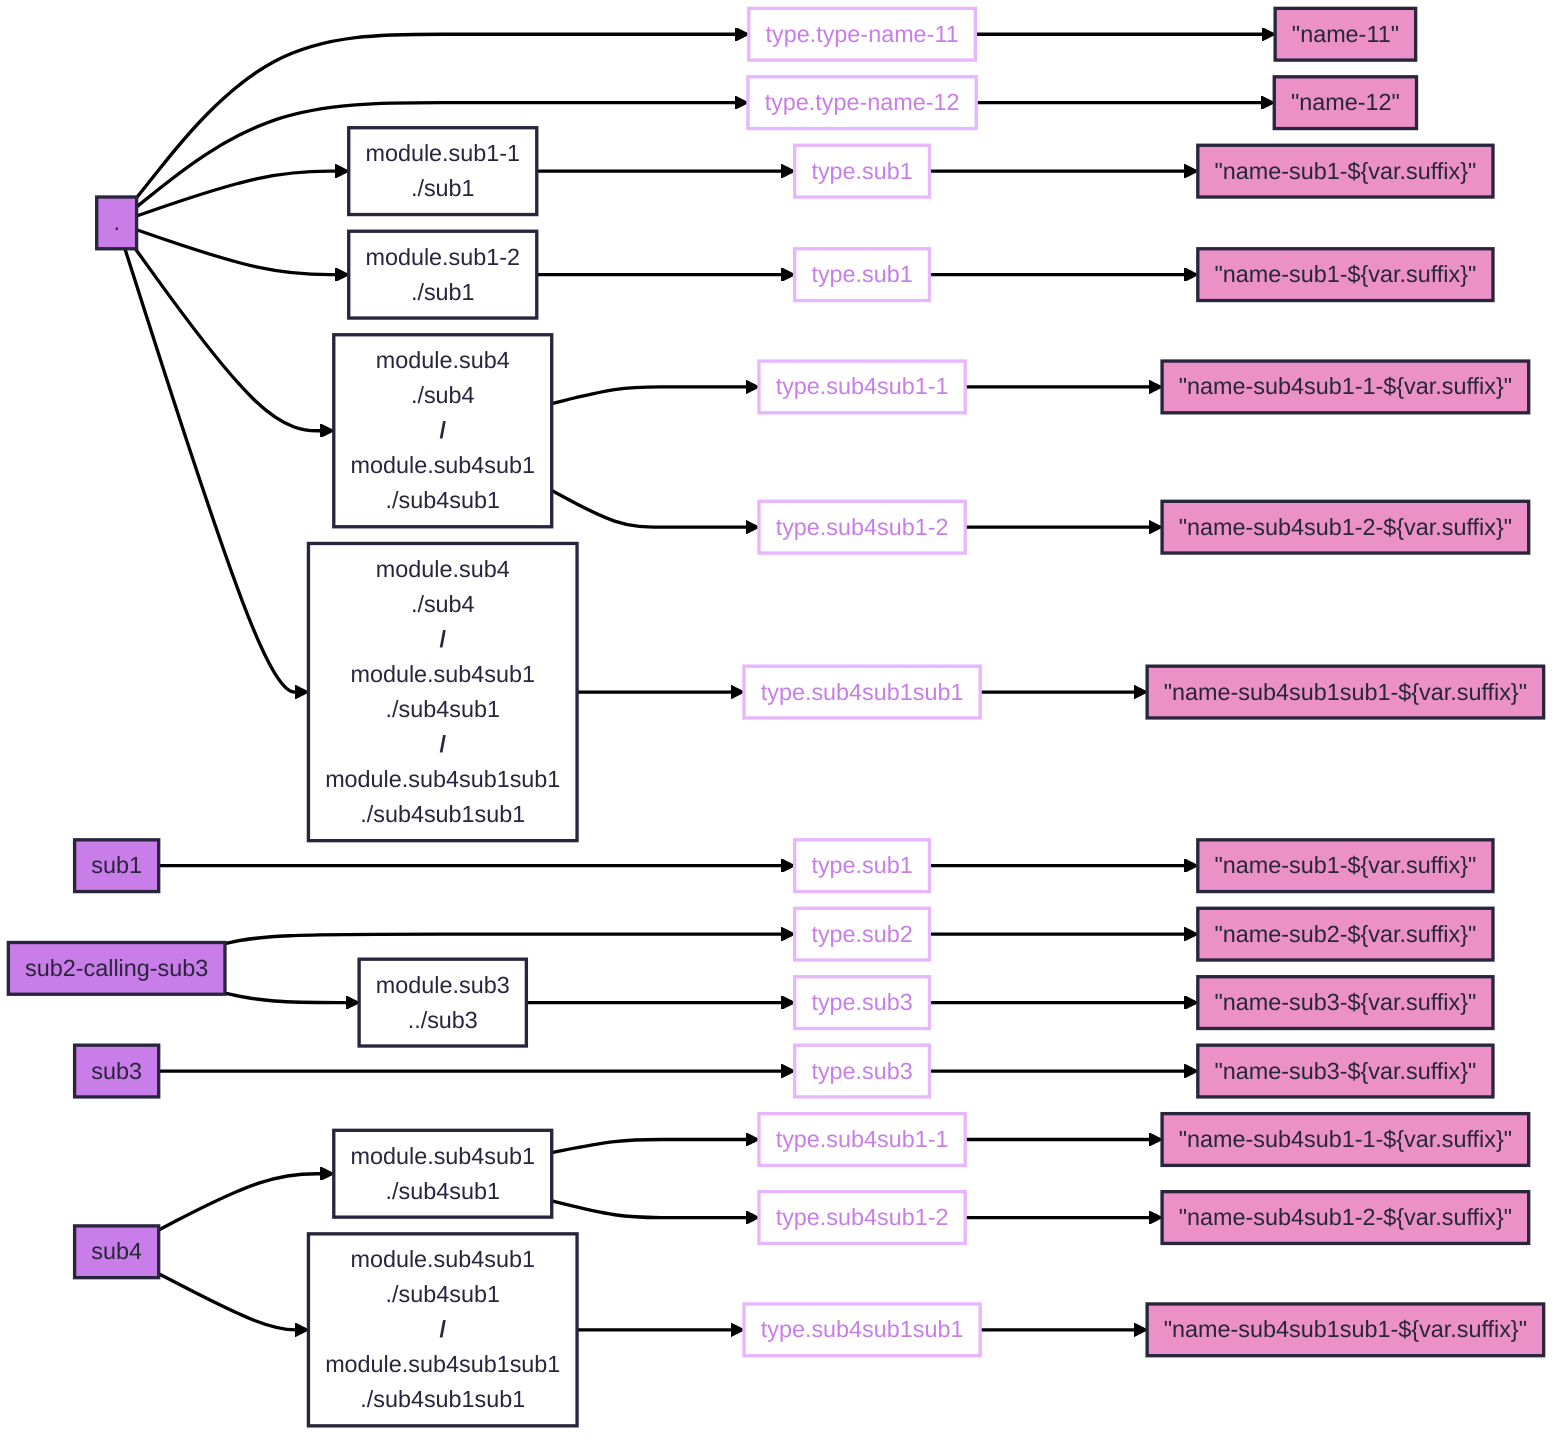
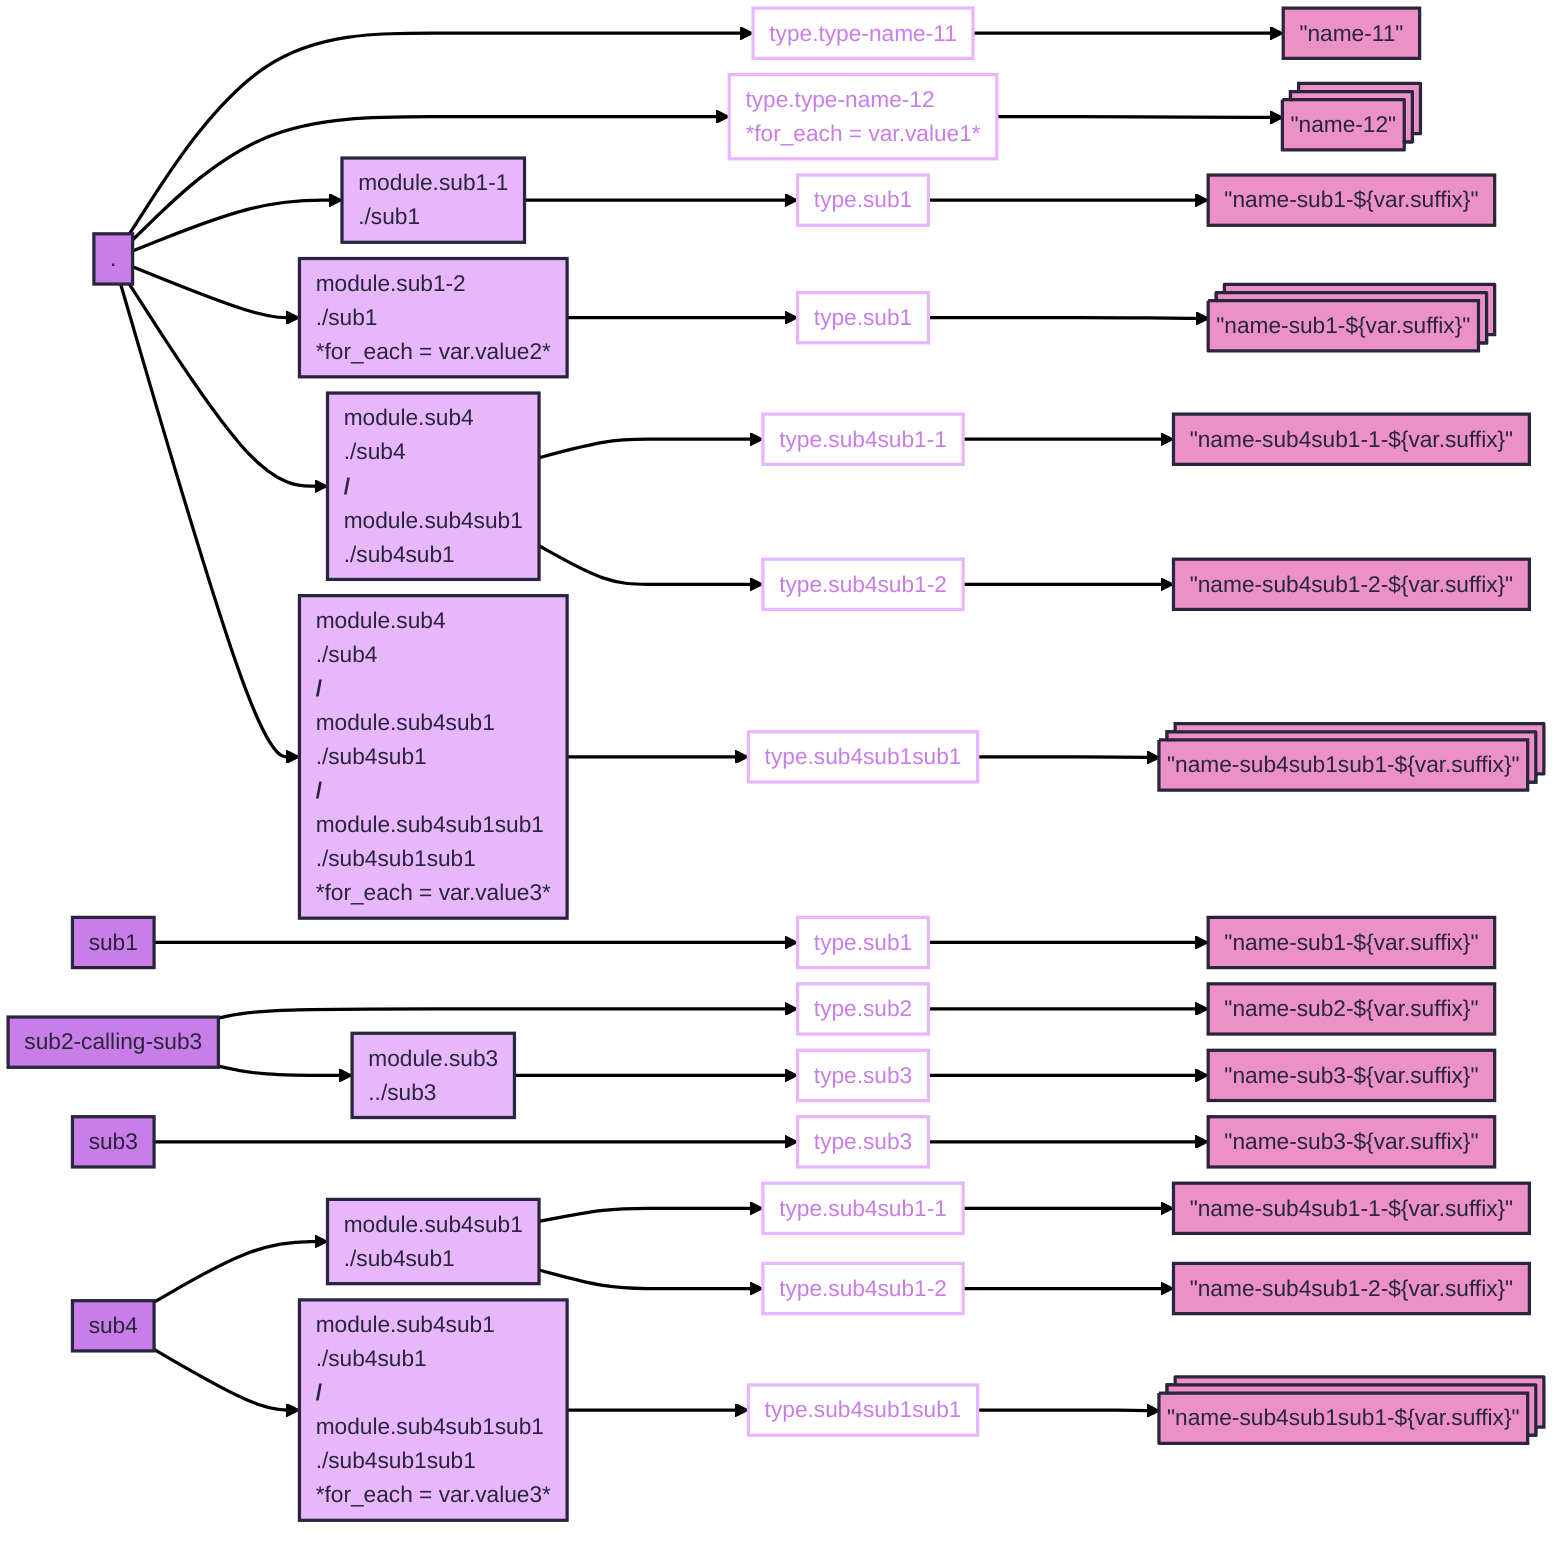
---
config:
  theme: redux
  flowchart:
    diagramPadding: 5
    padding: 5
    nodeSpacing: 10
    wrappingWidth: 700
---
flowchart LR
  classDef tf-path fill:#c87de8
  classDef tf-resource stroke:#e7b6fc,color:#c87de8,text-align:left
  classDef tf-int-mod fill:#e7b6fc,text-align:left
  classDef tf-ext-mod fill:#7da8e8,text-align:left
  classDef tf-name fill:#eb91c7
  p_root["."]:::tf-path
-   p_root ----> r_root__typename11["type.type-name-11"]:::tf-resource
-   r_root__typename11 ---> n_root__typename11_["#34;name-11#34;"]:::tf-name
-   p_root ----> r_root__typename12["type.type-name-12"]:::tf-resource
-   r_root__typename12 ---> n_root__typename12_["#34;name-12#34;"]:::tf-name
-   p_root --> m_root__sub11["module.sub1-1<br>./sub1"]:::tf-module
-   m_root__sub11 ---> r_root__sub11__sub1["type.sub1"]:::tf-resource
-   r_root__sub11__sub1 ---> n_root__sub11__sub1_["#34;name-sub1-${var.suffix}#34;"]:::tf-name
-   p_root --> m_root__sub12["module.sub1-2<br>./sub1"]:::tf-module
-   m_root__sub12 ---> r_root__sub12__sub1["type.sub1"]:::tf-resource
-   r_root__sub12__sub1 ---> n_root__sub12__sub1_["#34;name-sub1-${var.suffix}#34;"]:::tf-name
-   p_root --> m_root__root__sub4__sub4sub1["module.sub4<br>./sub4<br><b>/</b><br>module.sub4sub1<br>./sub4sub1"]:::tf-module
-   m_root__root__sub4__sub4sub1 ---> r_root__root__sub4__sub4sub1__sub4sub11["type.sub4sub1-1"]:::tf-resource
-   r_root__root__sub4__sub4sub1__sub4sub11 ---> n_root__root__sub4__sub4sub1__sub4sub11_["#34;name-sub4sub1-1-${var.suffix}#34;"]:::tf-name
-   m_root__root__sub4__sub4sub1 ---> r_root__root__sub4__sub4sub1__sub4sub12["type.sub4sub1-2"]:::tf-resource
-   r_root__root__sub4__sub4sub1__sub4sub12 ---> n_root__root__sub4__sub4sub1__sub4sub12_["#34;name-sub4sub1-2-${var.suffix}#34;"]:::tf-name
-   p_root --> m_root__root__root__sub4__sub4sub1__sub4sub1sub1["module.sub4<br>./sub4<br><b>/</b><br>module.sub4sub1<br>./sub4sub1<br><b>/</b><br>module.sub4sub1sub1<br>./sub4sub1sub1"]:::tf-module
-   m_root__root__root__sub4__sub4sub1__sub4sub1sub1 ---> r_root__root__root__sub4__sub4sub1__sub4sub1sub1__sub4sub1sub1["type.sub4sub1sub1"]:::tf-resource
-   r_root__root__root__sub4__sub4sub1__sub4sub1sub1__sub4sub1sub1 ---> n_root__root__root__sub4__sub4sub1__sub4sub1sub1__sub4sub1sub1_["#34;name-sub4sub1sub1-${var.suffix}#34;"]:::tf-name
+   p_root ----> r_root__typetypename11["type.type-name-11"]:::tf-resource
+   r_root__typetypename11 ---> n_root__typetypename11_n["#34;name-11#34;"]:::tf-name
+   p_root ----> r_root__typetypename12["type.type-name-12<br>*for_each = var.value1*"]:::tf-resource
+   r_root__typetypename12 ---> n_root__typetypename12_n:::tf-name@{ shape: procs, label: "#34;name-12#34;"}
+   p_root --> m_root__sub11["module.sub1-1<br>./sub1"]:::tf-int-mod
+   m_root__sub11 ---> r_root__sub11__typesub1["type.sub1"]:::tf-resource
+   r_root__sub11__typesub1 ---> n_root__sub11__typesub1_n["#34;name-sub1-${var.suffix}#34;"]:::tf-name
+   p_root --> m_root__sub12["module.sub1-2<br>./sub1<br>*for_each = var.value2*"]:::tf-int-mod
+   m_root__sub12 ---> r_root__sub12__typesub1["type.sub1"]:::tf-resource
+   r_root__sub12__typesub1 ---> n_root__sub12__typesub1_n:::tf-name@{ shape: procs, label: "#34;name-sub1-${var.suffix}#34;"}
+   p_root --> m_root__root__sub4__sub4sub1["module.sub4<br>./sub4<br><b>/</b><br>module.sub4sub1<br>./sub4sub1"]:::tf-int-mod
+   m_root__root__sub4__sub4sub1 ---> r_root__root__sub4__sub4sub1__typesub4sub11["type.sub4sub1-1"]:::tf-resource
+   r_root__root__sub4__sub4sub1__typesub4sub11 ---> n_root__root__sub4__sub4sub1__typesub4sub11_n["#34;name-sub4sub1-1-${var.suffix}#34;"]:::tf-name
+   m_root__root__sub4__sub4sub1 ---> r_root__root__sub4__sub4sub1__typesub4sub12["type.sub4sub1-2"]:::tf-resource
+   r_root__root__sub4__sub4sub1__typesub4sub12 ---> n_root__root__sub4__sub4sub1__typesub4sub12_n["#34;name-sub4sub1-2-${var.suffix}#34;"]:::tf-name
+   p_root --> m_root__root__root__sub4__sub4sub1__sub4sub1sub1["module.sub4<br>./sub4<br><b>/</b><br>module.sub4sub1<br>./sub4sub1<br><b>/</b><br>module.sub4sub1sub1<br>./sub4sub1sub1<br>*for_each = var.value3*"]:::tf-int-mod
+   m_root__root__root__sub4__sub4sub1__sub4sub1sub1 ---> r_root__root__root__sub4__sub4sub1__sub4sub1sub1__typesub4sub1sub1["type.sub4sub1sub1"]:::tf-resource
+   r_root__root__root__sub4__sub4sub1__sub4sub1sub1__typesub4sub1sub1 ---> n_root__root__root__sub4__sub4sub1__sub4sub1sub1__typesub4sub1sub1_n:::tf-name@{ shape: procs, label: "#34;name-sub4sub1sub1-${var.suffix}#34;"}
  p_sub1["sub1"]:::tf-path
-   p_sub1 ----> r_sub1__sub1["type.sub1"]:::tf-resource
-   r_sub1__sub1 ---> n_sub1__sub1_["#34;name-sub1-${var.suffix}#34;"]:::tf-name
+   p_sub1 ----> r_sub1__typesub1["type.sub1"]:::tf-resource
+   r_sub1__typesub1 ---> n_sub1__typesub1_n["#34;name-sub1-${var.suffix}#34;"]:::tf-name
  p_sub2callingsub3["sub2-calling-sub3"]:::tf-path
-   p_sub2callingsub3 ----> r_sub2callingsub3__sub2["type.sub2"]:::tf-resource
-   r_sub2callingsub3__sub2 ---> n_sub2callingsub3__sub2_["#34;name-sub2-${var.suffix}#34;"]:::tf-name
-   p_sub2callingsub3 --> m_sub2callingsub3__sub3["module.sub3<br>../sub3"]:::tf-module
-   m_sub2callingsub3__sub3 ---> r_sub2callingsub3__sub3__sub3["type.sub3"]:::tf-resource
-   r_sub2callingsub3__sub3__sub3 ---> n_sub2callingsub3__sub3__sub3_["#34;name-sub3-${var.suffix}#34;"]:::tf-name
+   p_sub2callingsub3 ----> r_sub2callingsub3__typesub2["type.sub2"]:::tf-resource
+   r_sub2callingsub3__typesub2 ---> n_sub2callingsub3__typesub2_n["#34;name-sub2-${var.suffix}#34;"]:::tf-name
+   p_sub2callingsub3 --> m_sub2callingsub3__sub3["module.sub3<br>../sub3"]:::tf-int-mod
+   m_sub2callingsub3__sub3 ---> r_sub2callingsub3__sub3__typesub3["type.sub3"]:::tf-resource
+   r_sub2callingsub3__sub3__typesub3 ---> n_sub2callingsub3__sub3__typesub3_n["#34;name-sub3-${var.suffix}#34;"]:::tf-name
  p_sub3["sub3"]:::tf-path
-   p_sub3 ----> r_sub3__sub3["type.sub3"]:::tf-resource
-   r_sub3__sub3 ---> n_sub3__sub3_["#34;name-sub3-${var.suffix}#34;"]:::tf-name
+   p_sub3 ----> r_sub3__typesub3["type.sub3"]:::tf-resource
+   r_sub3__typesub3 ---> n_sub3__typesub3_n["#34;name-sub3-${var.suffix}#34;"]:::tf-name
  p_sub4["sub4"]:::tf-path
-   p_sub4 --> m_sub4__sub4sub1["module.sub4sub1<br>./sub4sub1"]:::tf-module
-   m_sub4__sub4sub1 ---> r_sub4__sub4sub1__sub4sub11["type.sub4sub1-1"]:::tf-resource
-   r_sub4__sub4sub1__sub4sub11 ---> n_sub4__sub4sub1__sub4sub11_["#34;name-sub4sub1-1-${var.suffix}#34;"]:::tf-name
-   m_sub4__sub4sub1 ---> r_sub4__sub4sub1__sub4sub12["type.sub4sub1-2"]:::tf-resource
-   r_sub4__sub4sub1__sub4sub12 ---> n_sub4__sub4sub1__sub4sub12_["#34;name-sub4sub1-2-${var.suffix}#34;"]:::tf-name
-   p_sub4 --> m_sub4__sub4__sub4sub1__sub4sub1sub1["module.sub4sub1<br>./sub4sub1<br><b>/</b><br>module.sub4sub1sub1<br>./sub4sub1sub1"]:::tf-module
-   m_sub4__sub4__sub4sub1__sub4sub1sub1 ---> r_sub4__sub4__sub4sub1__sub4sub1sub1__sub4sub1sub1["type.sub4sub1sub1"]:::tf-resource
-   r_sub4__sub4__sub4sub1__sub4sub1sub1__sub4sub1sub1 ---> n_sub4__sub4__sub4sub1__sub4sub1sub1__sub4sub1sub1_["#34;name-sub4sub1sub1-${var.suffix}#34;"]:::tf-name
+   p_sub4 --> m_sub4__sub4sub1["module.sub4sub1<br>./sub4sub1"]:::tf-int-mod
+   m_sub4__sub4sub1 ---> r_sub4__sub4sub1__typesub4sub11["type.sub4sub1-1"]:::tf-resource
+   r_sub4__sub4sub1__typesub4sub11 ---> n_sub4__sub4sub1__typesub4sub11_n["#34;name-sub4sub1-1-${var.suffix}#34;"]:::tf-name
+   m_sub4__sub4sub1 ---> r_sub4__sub4sub1__typesub4sub12["type.sub4sub1-2"]:::tf-resource
+   r_sub4__sub4sub1__typesub4sub12 ---> n_sub4__sub4sub1__typesub4sub12_n["#34;name-sub4sub1-2-${var.suffix}#34;"]:::tf-name
+   p_sub4 --> m_sub4__sub4__sub4sub1__sub4sub1sub1["module.sub4sub1<br>./sub4sub1<br><b>/</b><br>module.sub4sub1sub1<br>./sub4sub1sub1<br>*for_each = var.value3*"]:::tf-int-mod
+   m_sub4__sub4__sub4sub1__sub4sub1sub1 ---> r_sub4__sub4__sub4sub1__sub4sub1sub1__typesub4sub1sub1["type.sub4sub1sub1"]:::tf-resource
+   r_sub4__sub4__sub4sub1__sub4sub1sub1__typesub4sub1sub1 ---> n_sub4__sub4__sub4sub1__sub4sub1sub1__typesub4sub1sub1_n:::tf-name@{ shape: procs, label: "#34;name-sub4sub1sub1-${var.suffix}#34;"}
